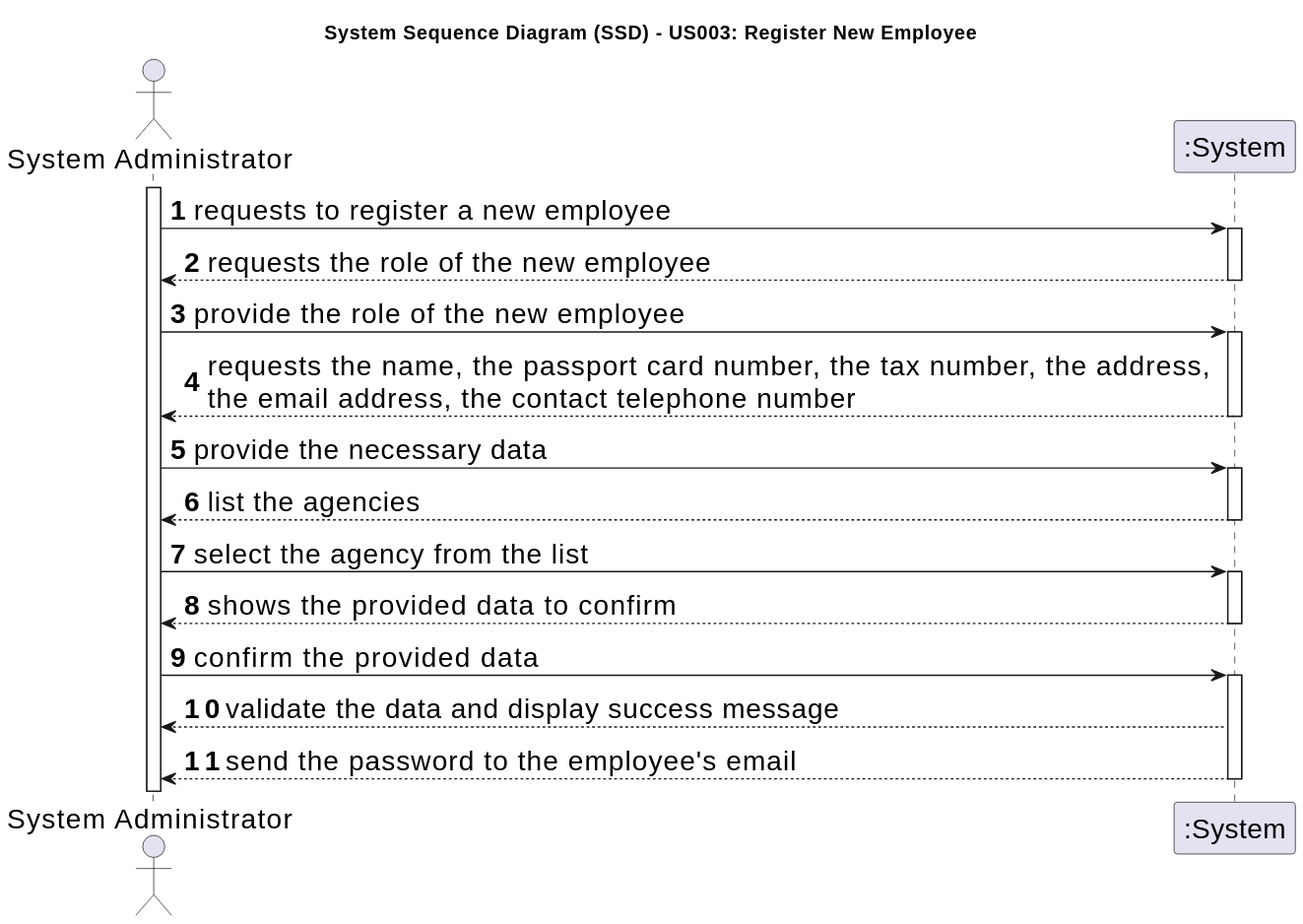
Before: docs/sprintB/us003/01.requirements-engineering/svg/us003-system-sequence-diagram.svg, a diagram exported from PlantUML (Goncalves2525/real-estate-management-system).
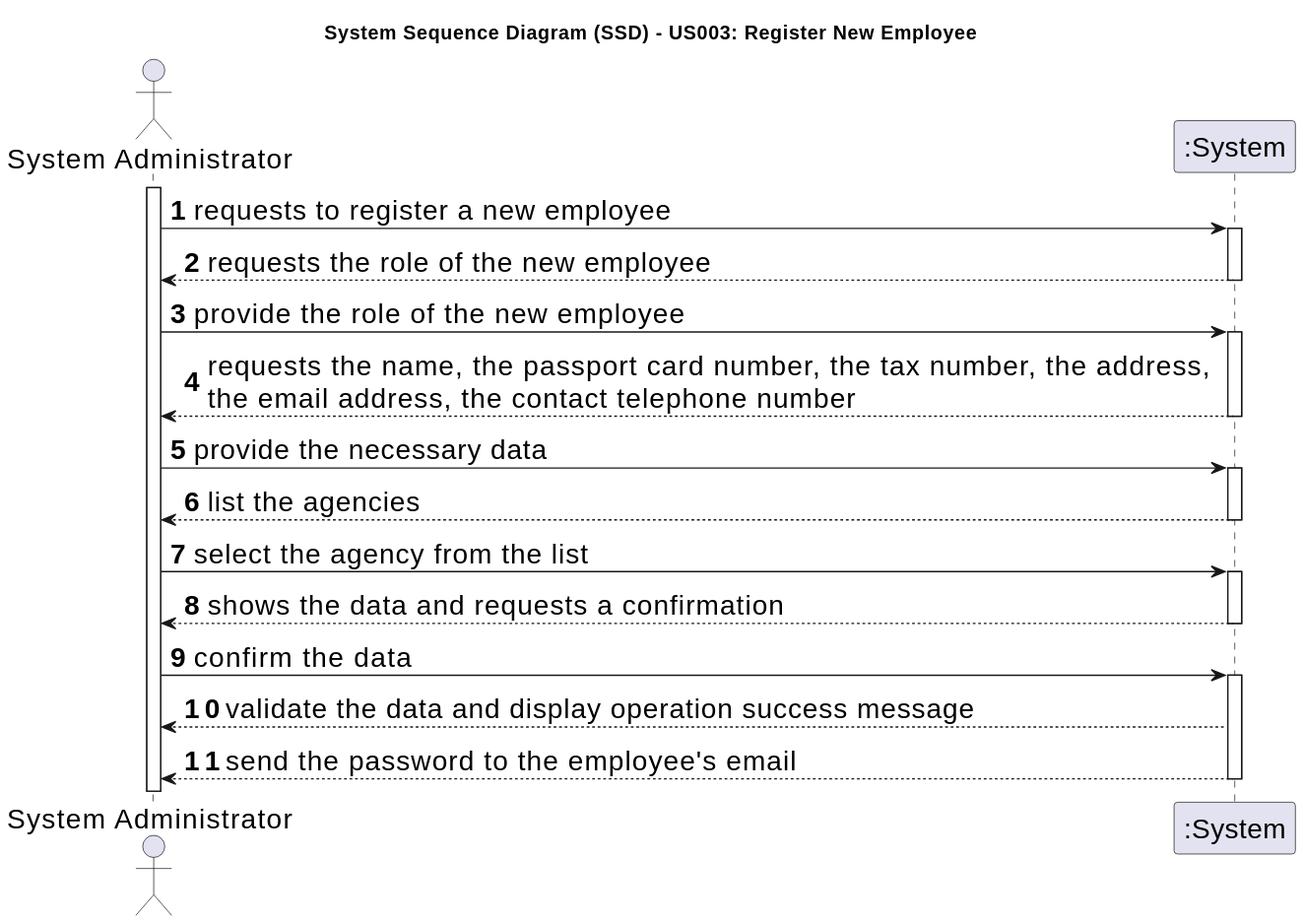
Later version of the same file.

Diff of the diagram source:
```diff
@@ -35,13 +35,13 @@
     Admin -> System : select the agency from the list
     activate System
 
-        System --> Admin : shows the provided data to confirm
+        System --> Admin : shows the data and requests a confirmation
     deactivate System
 
-    Admin -> System : confirm the provided data
+    Admin -> System : confirm the data
     activate System
 
-        System --> Admin : validate the data and display success message
+        System --> Admin : validate the data and display operation success message
         System --> Admin : send the password to the employee's email
 
     deactivate System
```
